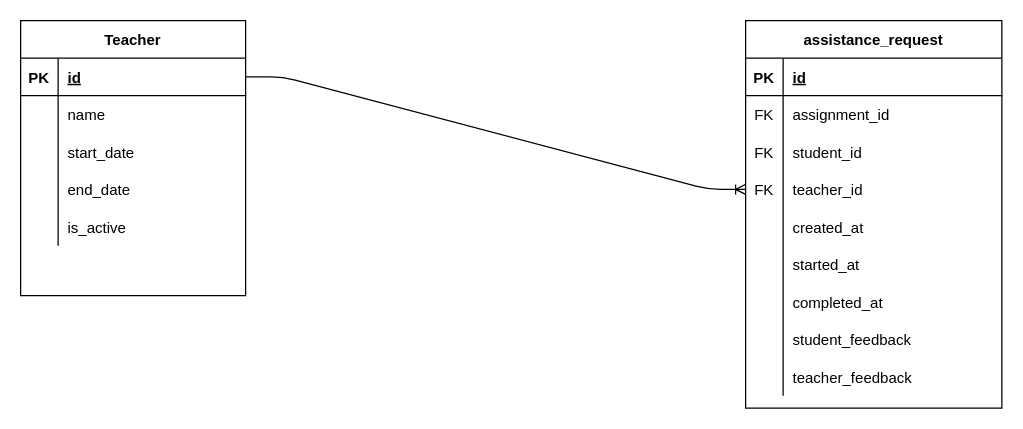
doge33/BootcampX keeps this draw.io diagram as teachers_assistance.drawio. Above is the earlier version. Source tidied: cells renumbered, new cells numbered last; positions are measured from the earlier drawing's top-left corner, leaving out a move shared by most shapes. Both pictures are drawn from the tidied source at 125%, with x=0, y=0 at pixel (20, 20).
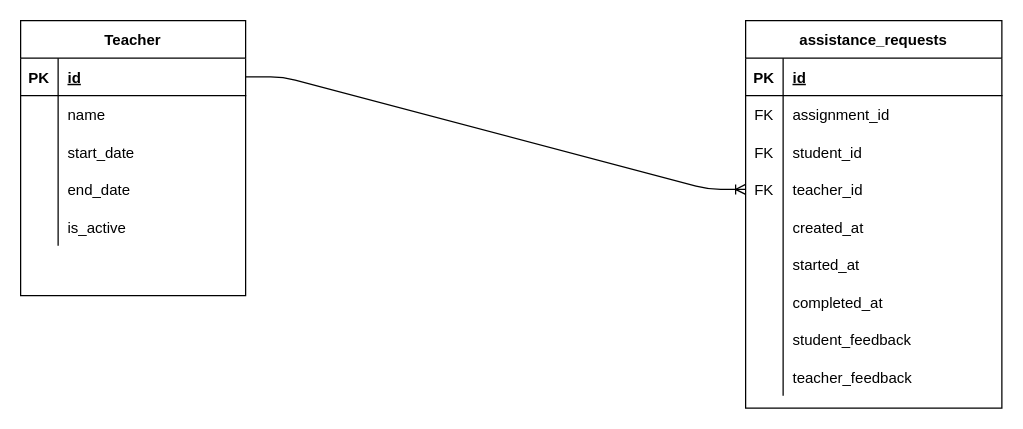
The same diagram, later.

Change to the diagram source:
```diff
@@
-    <mxCell id="18" value="assistance_request" style="shape=table;startSize=30;childLayout=tableLayout;rowLines=0;fontStyle=1;align=center;" parent="1" vertex="1">
+    <mxCell id="18" value="assistance_requests" style="shape=table;startSize=30;childLayout=tableLayout;rowLines=0;fontStyle=1;align=center;" parent="1" vertex="1">
       <mxGeometry x="580" width="205" height="310" as="geometry" />
     </mxCell>
```
